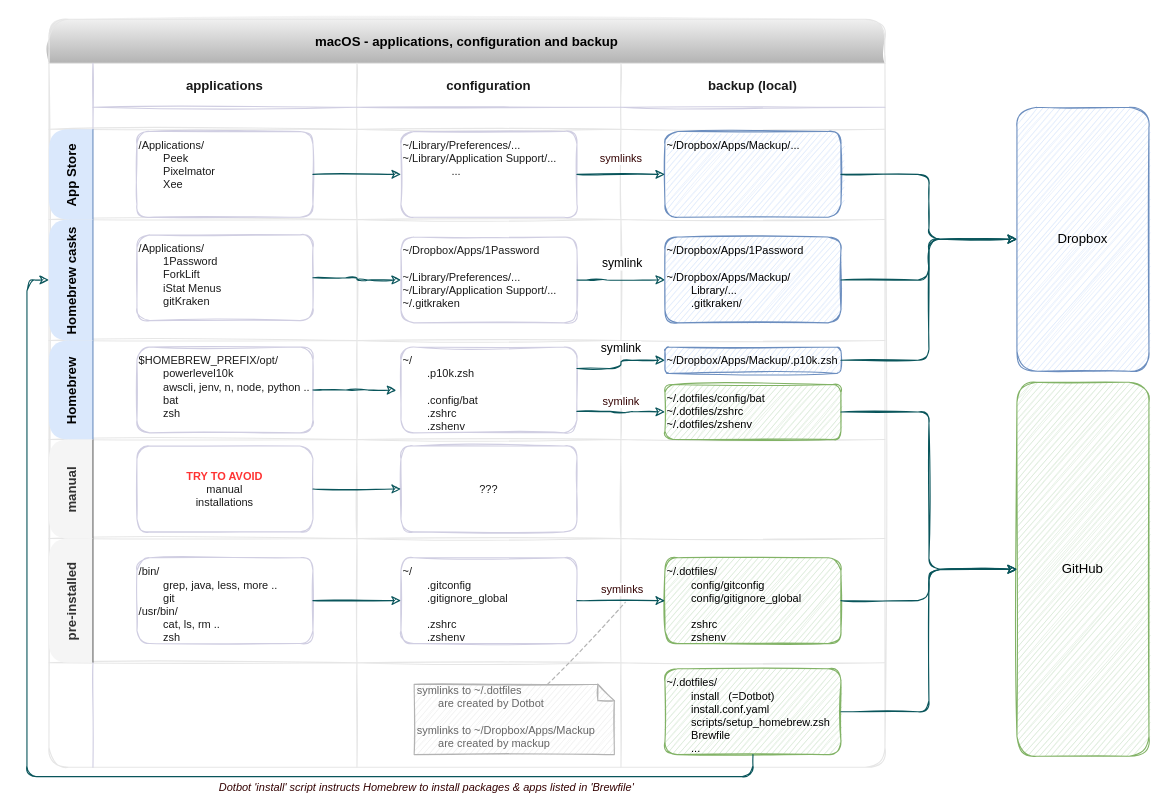
Above: resources/diagrams/dotfiles-overview.drawio in roelfie/dotfiles (draw.io), before the change. Source tidied: cells renumbered, new cells numbered last; positions are measured from the earlier drawing's top-left corner, leaving out a move shared by most shapes. Both pictures are drawn from the tidied source at 110%, with x=0, y=0 at pixel (48, 19).
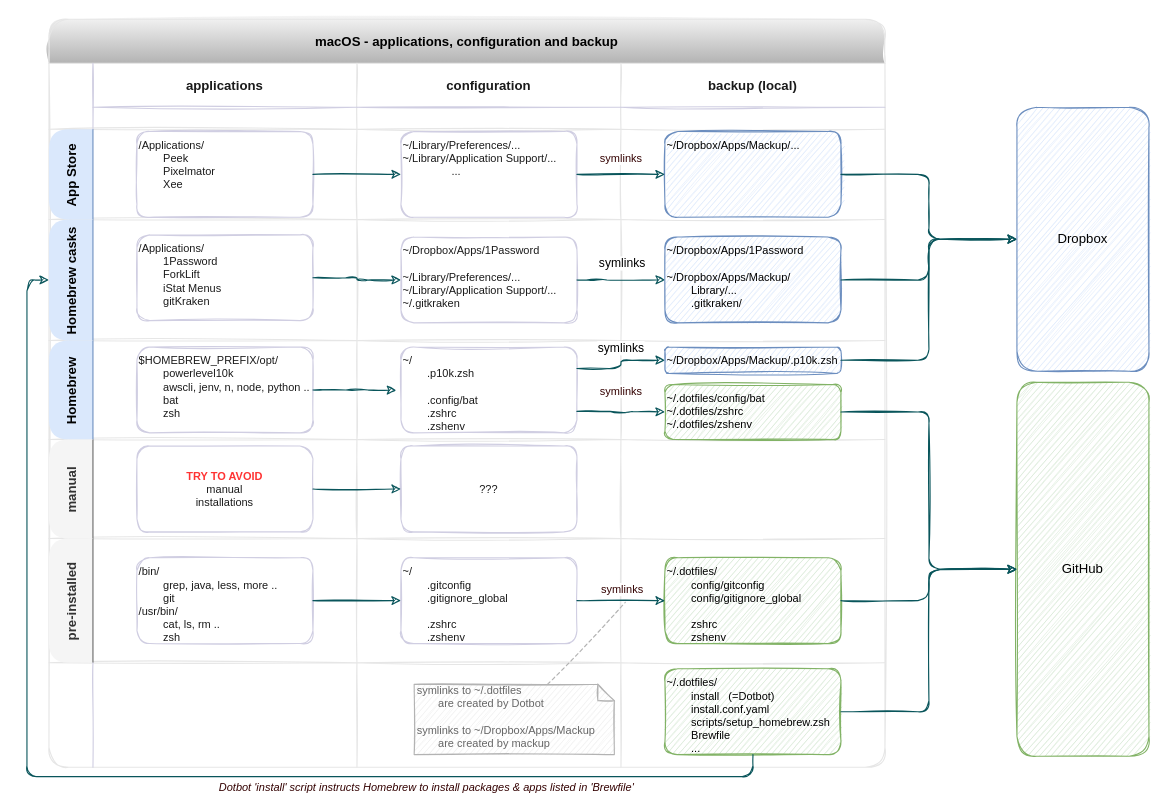
The same page after the edit.

The change refers to these unchanged cells:
```xml
<mxCell id="25" style="edgeStyle=orthogonalEdgeStyle;rounded=1;sketch=1;jettySize=auto;html=1;exitX=1;exitY=0.5;exitDx=0;exitDy=0;entryX=0;entryY=0.5;entryDx=0;entryDy=0;fontSize=10;fontColor=#330000;strokeColor=#09555B;" parent="16" edge="1" source="21" target="23">
  <mxGeometry relative="1" as="geometry">
    <Array as="points">
      <mxPoint x="497" y="55" />
      <mxPoint x="497" y="55" />
    </Array>
  </mxGeometry>
</mxCell>
<mxCell id="27" value="Homebrew" style="shape=tableRow;horizontal=0;startSize=40;swimlaneHead=0;swimlaneBody=0;top=0;left=0;bottom=0;right=0;fillColor=#dae8fc;fontStyle=1;strokeColor=#6c8ebf;swimlaneFillColor=none;rounded=1;shadow=0;sketch=0;" parent="2" vertex="1">
  <mxGeometry y="292" width="760" height="90" as="geometry" />
</mxCell>
<mxCell id="31" value="~/&lt;br&gt;&lt;span style=&quot;white-space: pre;&quot;&gt;&#9;&lt;/span&gt;.p10k.zsh&lt;br&gt;&lt;br&gt;&lt;span style=&quot;white-space: pre;&quot;&gt;&#9;&lt;/span&gt;.config/bat&lt;br&gt;&lt;span style=&quot;white-space: pre;&quot;&gt;&#9;&lt;/span&gt;.zshrc&lt;br&gt;&lt;span style=&quot;white-space: pre;&quot;&gt;&#9;&lt;/span&gt;.zshenv" style="rounded=1;whiteSpace=wrap;html=1;shadow=0;labelBackgroundColor=none;sketch=1;fontColor=#1A1A1A;strokeColor=#D0CEE2;fillColor=none;verticalAlign=top;align=left;fontSize=10;" parent="30" vertex="1">
  <mxGeometry x="40" y="6" width="160" height="78" as="geometry" />
</mxCell>
<mxCell id="34" value="~/.dotfiles/config/bat&lt;br&gt;~/.dotfiles/zshrc&lt;br&gt;~/.dotfiles/zshenv" style="rounded=1;whiteSpace=wrap;html=1;shadow=0;labelBackgroundColor=none;sketch=1;strokeColor=#82b366;fillColor=#d5e8d4;verticalAlign=top;align=left;fontSize=10;" parent="32" vertex="1">
  <mxGeometry x="40" y="40" width="160" height="50" as="geometry" />
</mxCell>
<mxCell id="36" style="edgeStyle=orthogonalEdgeStyle;rounded=1;sketch=1;jettySize=auto;html=1;exitX=1;exitY=0.25;exitDx=0;exitDy=0;entryX=0;entryY=0.5;entryDx=0;entryDy=0;fontSize=10;fontColor=#330000;strokeColor=#09555B;" parent="27" edge="1" source="31" target="33">
  <mxGeometry relative="1" as="geometry" />
</mxCell>
```

The edit, as a diff of the source:
```diff
@@
-    <mxCell id="26" value="symlink" style="edgeLabel;html=1;align=center;verticalAlign=middle;" parent="25" vertex="1">
+    <mxCell id="26" value="symlinks" style="edgeLabel;html=1;align=center;verticalAlign=middle;" parent="25" vertex="1">
       <mxGeometry x="0.25" relative="1" as="geometry">
         <mxPoint x="-10" y="-16" as="offset" />
       </mxGeometry>
     </mxCell>
@@
-    <mxCell id="37" value="symlink" style="edgeLabel;html=1;align=center;verticalAlign=middle;" parent="36" vertex="1">
+    <mxCell id="37" value="symlinks" style="edgeLabel;html=1;align=center;verticalAlign=middle;" parent="36" vertex="1">
       <mxGeometry x="0.31" y="1" relative="1" as="geometry">
         <mxPoint x="-10" y="-11" as="offset" />
       </mxGeometry>
     </mxCell>
-    <mxCell id="38" value="symlink" style="edgeStyle=orthogonalEdgeStyle;rounded=1;sketch=1;jettySize=auto;html=1;exitX=1;exitY=0.75;exitDx=0;exitDy=0;entryX=0;entryY=0.5;entryDx=0;entryDy=0;fontSize=10;fontColor=#330000;strokeColor=#09555B;" parent="27" edge="1" source="31" target="34">
-      <mxGeometry x="-0.01" y="-10" relative="1" as="geometry">
-        <mxPoint x="10" y="-10" as="offset" />
+    <mxCell id="38" value="symlinks" style="edgeStyle=orthogonalEdgeStyle;rounded=1;sketch=1;jettySize=auto;html=1;exitX=1;exitY=0.75;exitDx=0;exitDy=0;entryX=0;entryY=0.5;entryDx=0;entryDy=0;fontSize=10;fontColor=#330000;strokeColor=#09555B;" parent="27" edge="1" source="31" target="34">
+      <mxGeometry x="-0.01" y="-19" relative="1" as="geometry">
+        <mxPoint x="19" y="-19" as="offset" />
       </mxGeometry>
     </mxCell>
```
